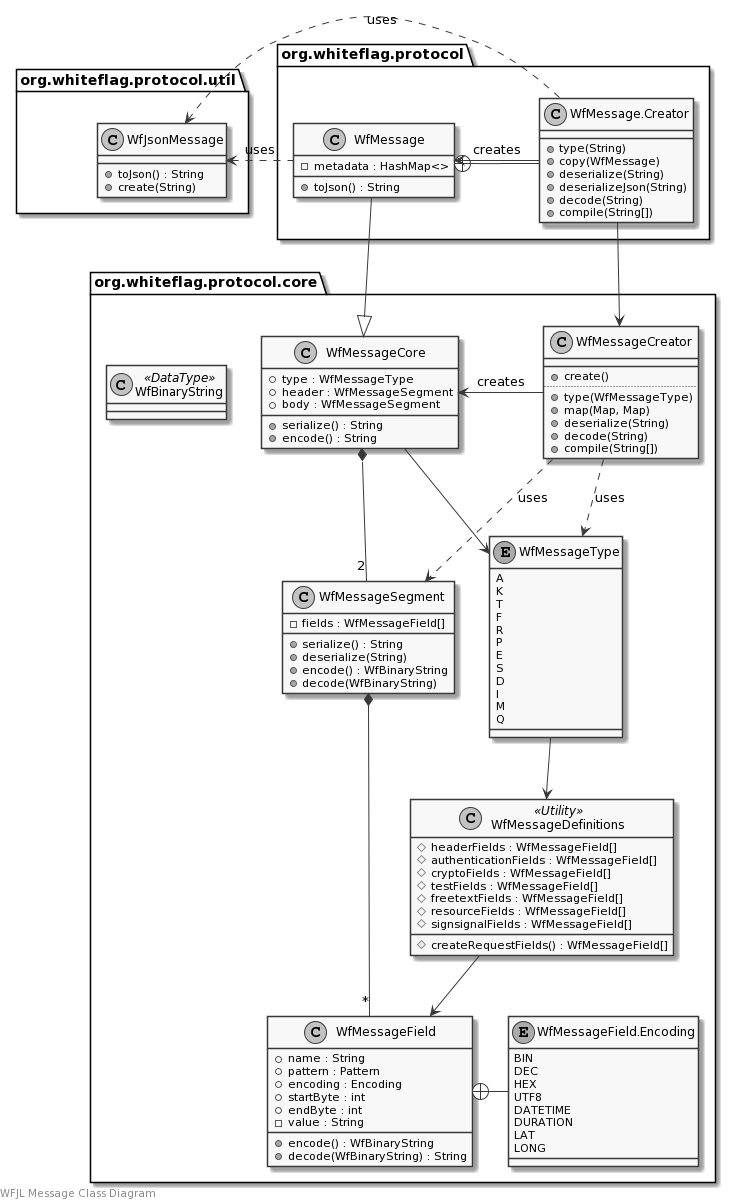
Above: docs/uml/messages.png in WhiteflagProtocol/whiteflag-java (PlantUML), before the change.
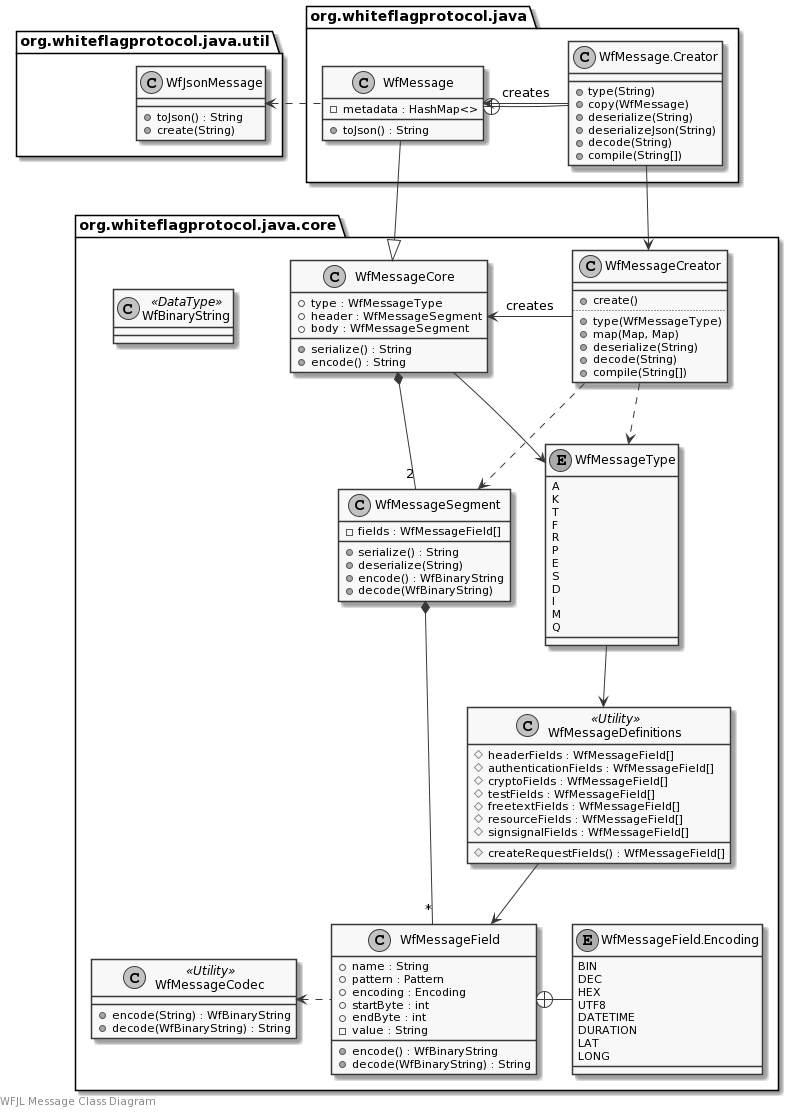
After the commit.

What changed in the source:
```diff
@@ -3,7 +3,7 @@
 
 left footer WFJL Message Class Diagram
 
-package org.whiteflag.protocol.core {
+package org.whiteflagprotocol.java.core {
     class WfMessageCore {
         +type : WfMessageType
         +header : WfMessageSegment
@@ -72,17 +72,21 @@
         #signsignalFields : WfMessageField[]
         #createRequestFields() : WfMessageField[]
     }
+    class WfMessageCodec <<Utility>> {
+        +encode(String) : WfBinaryString
+        +decode(WfBinaryString) : String
+    }
     class WfBinaryString <<DataType>>
 }
 
-package org.whiteflag.protocol.util {
+package org.whiteflagprotocol.java.util {
     class WfJsonMessage {
         +toJson() : String
         +create(String)
     }
 }
 
-package org.whiteflag.protocol {
+package org.whiteflagprotocol.java {
     class WfMessage {
         -metadata : HashMap<>
         +toJson() : String
@@ -97,8 +101,7 @@
     }
 }
 
-WfJsonMessage <. WfMessage: uses
-WfJsonMessage <. WfMessage.Creator: uses
+WfJsonMessage <. WfMessage
 
 WfMessage --|> WfMessageCore
 WfMessage +- WfMessage.Creator
@@ -109,10 +112,11 @@
 WfMessageCore *-- "2" WfMessageSegment
 WfMessageSegment *-- "*" WfMessageField
 WfMessageField +- WfMessageField.Encoding
+WfMessageCodec <. WfMessageField
 
 WfMessageCreator -> WfMessageCore: creates
-WfMessageCreator ..> WfMessageType: uses
-WfMessageCreator ..> WfMessageSegment: uses
+WfMessageCreator ..> WfMessageType
+WfMessageCreator ..> WfMessageSegment
 
 WfMessageType --> WfMessageDefinitions
 WfMessageDefinitions --> WfMessageField
```
